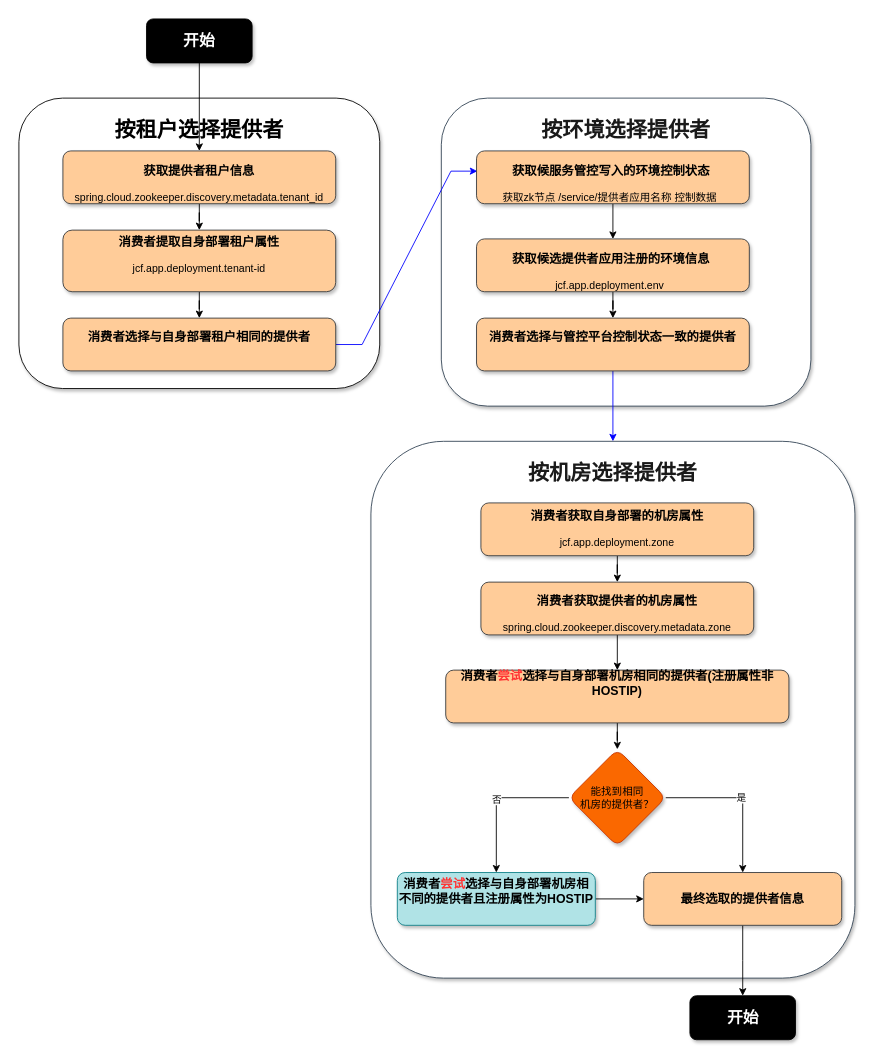
Above: 分布式超时测试流程.drawio in qymmdj/jcf3-document (draw.io), before the change. Source tidied: cells renumbered, new cells numbered last; positions are measured from the earlier drawing's top-left corner, leaving out a move shared by most shapes. Both pictures are drawn from the tidied source at 88%, with x=0, y=0 at pixel (18, 18).
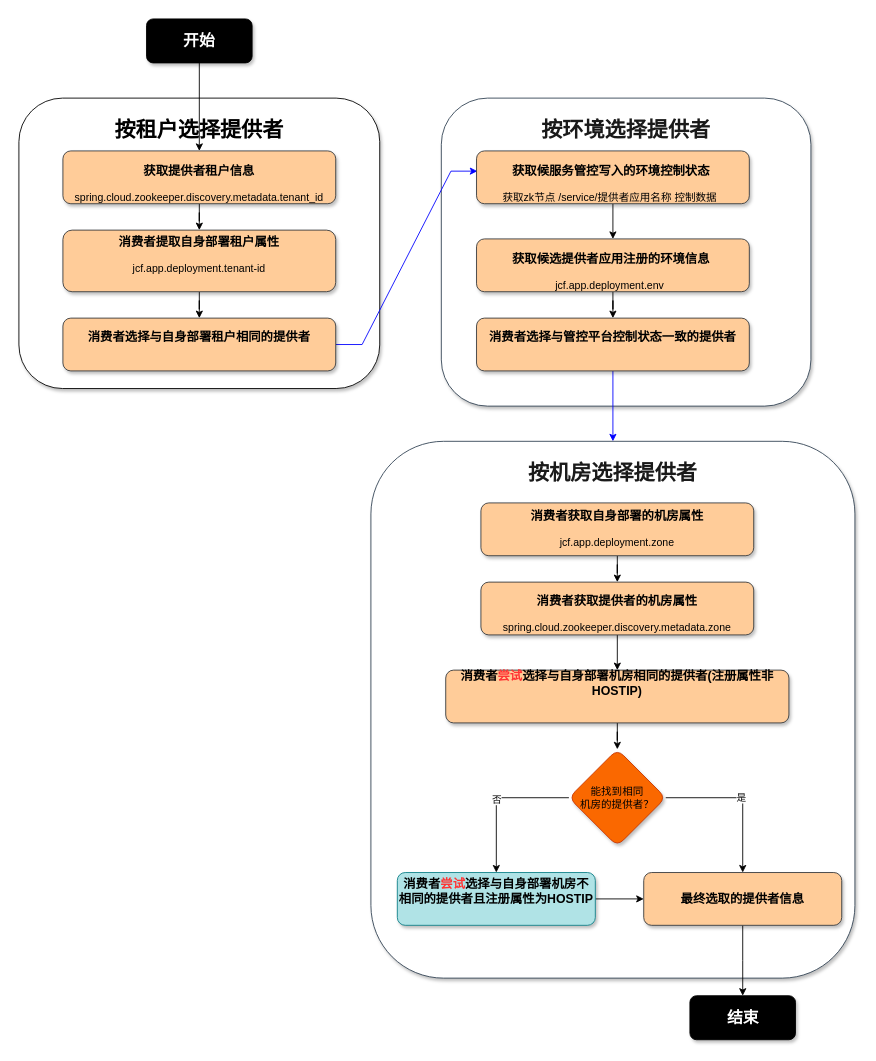
Above is the later version.

Commit message:
Update 分布式超时测试流程.drawio

Diff of the diagram source:
```diff
@@
-    <mxCell id="28" value="&lt;h2&gt;&lt;font color=&quot;#ffffff&quot;&gt;开始&lt;/font&gt;&lt;/h2&gt;" style="rounded=1;whiteSpace=wrap;html=1;shadow=1;gradientColor=none;align=center;verticalAlign=middle;fillColor=#000000;" parent="1" vertex="1">
+    <mxCell id="28" value="&lt;h2&gt;&lt;font color=&quot;#ffffff&quot;&gt;结束&lt;/font&gt;&lt;/h2&gt;" style="rounded=1;whiteSpace=wrap;html=1;shadow=1;gradientColor=none;align=center;verticalAlign=middle;fillColor=#000000;" parent="1" vertex="1">
       <mxGeometry x="762.5" y="1110" width="120" height="50" as="geometry" />
     </mxCell>
@@
-    <mxCell id="32" value="&lt;h3&gt;&lt;/h3&gt;&lt;h3&gt;&lt;/h3&gt;&lt;h3&gt;&lt;br&gt;&lt;/h3&gt;&lt;h3&gt;消费者&lt;font color=&quot;#ff3333&quot;&gt;尝试&lt;/font&gt;选择与自身部署机房相不同的提供者且注册属性为HOSTIP&lt;/h3&gt;&lt;h3&gt;&lt;br style=&quot;font-size: 12px ; font-weight: 400&quot;&gt;&lt;font color=&quot;rgba(0, 0, 0, 0)&quot; face=&quot;monospace&quot; style=&quot;font-size: 12px ; font-weight: 400&quot;&gt;&lt;span style=&quot;font-size: 0px&quot;&gt;.app.deployment.tenant-id&lt;/span&gt;&lt;/font&gt;&lt;br&gt;&lt;/h3&gt;" style="rounded=1;whiteSpace=wrap;html=1;shadow=1;fillColor=#b0e3e6;strokeColor=#0e8088;" parent="1" vertex="1">
+    <mxCell id="32" value="&lt;h3&gt;&lt;/h3&gt;&lt;h3&gt;&lt;/h3&gt;&lt;h3&gt;&lt;br&gt;&lt;/h3&gt;&lt;h3&gt;消费者&lt;font color=&quot;#ff3333&quot;&gt;尝试&lt;/font&gt;选择与自身部署机房不相同的提供者且注册属性为HOSTIP&lt;/h3&gt;&lt;h3&gt;&lt;br style=&quot;font-size: 12px ; font-weight: 400&quot;&gt;&lt;font color=&quot;rgba(0, 0, 0, 0)&quot; face=&quot;monospace&quot; style=&quot;font-size: 12px ; font-weight: 400&quot;&gt;&lt;span style=&quot;font-size: 0px&quot;&gt;.app.deployment.tenant-id&lt;/span&gt;&lt;/font&gt;&lt;br&gt;&lt;/h3&gt;" style="rounded=1;whiteSpace=wrap;html=1;shadow=1;fillColor=#b0e3e6;strokeColor=#0e8088;" parent="1" vertex="1">
       <mxGeometry x="430" y="970" width="225" height="60" as="geometry" />
     </mxCell>
```
